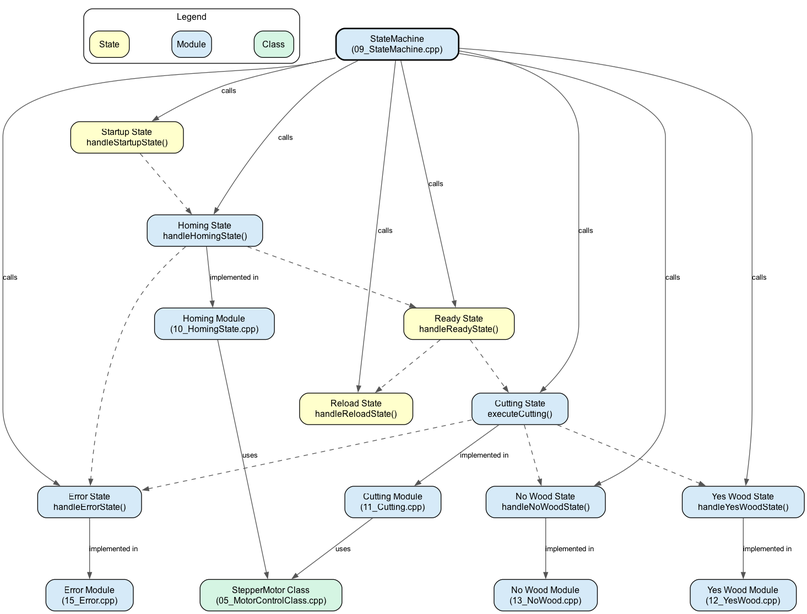
Earlier version of the Graphviz export flowcharts/ModularStateMachine.png (akivaweil/Stage-1-Mar25). Its source is kept beside it as flowcharts/ModularStateMachine.dot. Its diagram source:
```dot
digraph ModularStateMachine {
    graph [rankdir=TB, splines=true, nodesep=0.8, ranksep=1.0];
    node [shape=box, style="rounded,filled", fillcolor="#FFFFCC", fontname=Arial, fontsize=12, margin="0.3,0.1"];
    edge [fontname=Arial, fontsize=10, color="#555555", arrowsize=0.8];

    subgraph cluster_legend {
        label="Legend";
        style="rounded,filled";
        fillcolor=white;
        fontname=Arial;
        fontsize=12;

        legend_state [label="State", fillcolor="#FFFFCC", margin="0.1,0.05"];
        legend_module [label="Module", fillcolor="#D6EAF8", margin="0.1,0.05"];
        legend_class [label="Class", fillcolor="#D5F5E3", margin="0.1,0.05"];
    }

    StateMachine [label="StateMachine\n(09_StateMachine.cpp)", fillcolor="#D6EAF8", penwidth=2];

    StartupState [label="Startup State\nhandleStartupState()"];
    HomingState [label="Homing State\nhandleHomingState()", fillcolor="#D6EAF8"];
    ReadyState [label="Ready State\nhandleReadyState()"];
    ReloadState [label="Reload State\nhandleReloadState()"];
    CuttingState [label="Cutting State\nexecuteCutting()", fillcolor="#D6EAF8"];
    YesWoodState [label="Yes Wood State\nhandleYesWoodState()", fillcolor="#D6EAF8"];
    NoWoodState [label="No Wood State\nhandleNoWoodState()", fillcolor="#D6EAF8"];
    ErrorState [label="Error State\nhandleErrorState()", fillcolor="#D6EAF8"];

    MotorClass [label="StepperMotor Class\n(05_MotorControlClass.cpp)", fillcolor="#D5F5E3"];

    HomingModule [label="Homing Module\n(10_HomingState.cpp)", fillcolor="#D6EAF8"];
    CuttingModule [label="Cutting Module\n(11_Cutting.cpp)", fillcolor="#D6EAF8"];
    YesWoodModule [label="Yes Wood Module\n(12_YesWood.cpp)", fillcolor="#D6EAF8"];
    NoWoodModule [label="No Wood Module\n(13_NoWood.cpp)", fillcolor="#D6EAF8"];
    ErrorModule [label="Error Module\n(15_Error.cpp)", fillcolor="#D6EAF8"];

    StateMachine -> StartupState [label="calls"];
    StateMachine -> HomingState [label="calls"];
    StateMachine -> ReadyState [label="calls"];
    StateMachine -> ReloadState [label="calls"];
    StateMachine -> CuttingState [label="calls"];
    StateMachine -> YesWoodState [label="calls"];
    StateMachine -> NoWoodState [label="calls"];
    StateMachine -> ErrorState [label="calls"];

    HomingState -> HomingModule [label="implemented in"];
    CuttingState -> CuttingModule [label="implemented in"];
    YesWoodState -> YesWoodModule [label="implemented in"];
    NoWoodState -> NoWoodModule [label="implemented in"];
    ErrorState -> ErrorModule [label="implemented in"];

    HomingModule -> MotorClass [label="uses"];
    CuttingModule -> MotorClass [label="uses"];

    StartupState -> HomingState [style=dashed];
    HomingState -> ReadyState [style=dashed];
    ReadyState -> CuttingState [style=dashed];
    ReadyState -> ReloadState [style=dashed];
    CuttingState -> YesWoodState [style=dashed];
    CuttingState -> NoWoodState [style=dashed];
    HomingState -> ErrorState [style=dashed];
    CuttingState -> ErrorState [style=dashed];
}
```
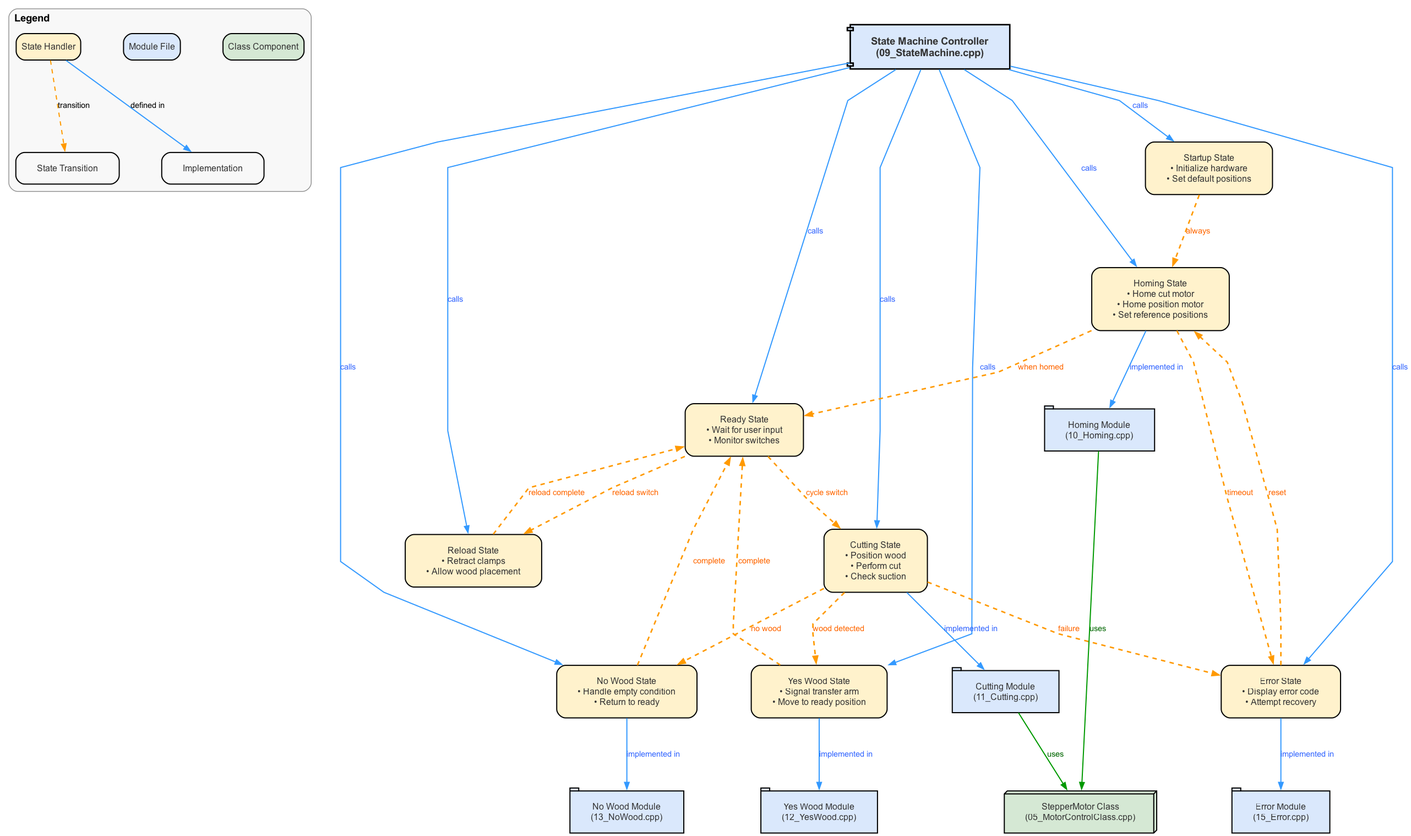
After the commit.

Commit message:
Improved state machine diagram with clearer visualization

Diff of the diagram source:
```diff
@@ -1,47 +1,52 @@
 digraph ModularStateMachine {
-    graph [rankdir=TB, splines=true, nodesep=0.8, ranksep=1.0];
-    node [shape=box, style="rounded,filled", fillcolor="#FFFFCC", fontname=Arial, fontsize=12, margin="0.3,0.1"];
-    edge [fontname=Arial, fontsize=10, color="#555555", arrowsize=0.8];
+    graph [rankdir=TB, splines=polyline, nodesep=0.8, ranksep=1.2, fontname="Arial", bgcolor="white"];
+    node [shape=box, style="rounded,filled", fontname="Arial", fontsize=12, fontcolor="#333333", margin="0.4,0.2", penwidth=1.5];
+    edge [fontname="Arial", fontsize=11, color="#555555", arrowsize=0.9, penwidth=1.5];
 
     subgraph cluster_legend {
         label="Legend";
+        labeljust="l";
         style="rounded,filled";
-        fillcolor=white;
-        fontname=Arial;
-        fontsize=12;
+        fillcolor="#F8F8F8";
+        fontname="Arial Bold";
+        fontsize=14;
+        color="#888888";
+        margin=10;
 
-        legend_state [label="State", fillcolor="#FFFFCC", margin="0.1,0.05"];
-        legend_module [label="Module", fillcolor="#D6EAF8", margin="0.1,0.05"];
-        legend_class [label="Class", fillcolor="#D5F5E3", margin="0.1,0.05"];
+        legend_state [label="State Handler", fillcolor="#FFF2CC", margin="0.1,0.05"];
+        legend_module [label="Module File", fillcolor="#DAE8FC", margin="0.1,0.05"];
+        legend_class [label="Class Component", fillcolor="#D5E8D4", margin="0.1,0.05"];
+        legend_transition [label="State Transition", fillcolor="white", style="rounded"];
+        legend_implementation [label="Implementation", fillcolor="white", style="rounded"];
+
+        legend_state -> legend_transition [style="dashed", color="#FF9900", label="transition"];
+        legend_state -> legend_implementation [color="#3399FF", label="defined in"];
     }
 
-    StateMachine [label="StateMachine\n(09_StateMachine.cpp)", fillcolor="#D6EAF8", penwidth=2];
+    StateMachine [label="State Machine Controller\n(09_StateMachine.cpp)", fillcolor="#DAE8FC", shape=component, fontsize=14, fontname="Arial Bold", penwidth=2];
 
-    StartupState [label="Startup State\nhandleStartupState()"];
-    HomingState [label="Homing State\nhandleHomingState()", fillcolor="#D6EAF8"];
-    ReadyState [label="Ready State\nhandleReadyState()"];
-    ReloadState [label="Reload State\nhandleReloadState()"];
-    CuttingState [label="Cutting State\nexecuteCutting()", fillcolor="#D6EAF8"];
-    YesWoodState [label="Yes Wood State\nhandleYesWoodState()", fillcolor="#D6EAF8"];
-    NoWoodState [label="No Wood State\nhandleNoWoodState()", fillcolor="#D6EAF8"];
-    ErrorState [label="Error State\nhandleErrorState()", fillcolor="#D6EAF8"];
+    node [fillcolor="#FFF2CC", penwidth=1.5, fontname="Arial"];
+    StartupState [label="Startup State\n• Initialize hardware\n• Set default positions"];
+    HomingState [label="Homing State\n• Home cut motor\n• Home position motor\n• Set reference positions"];
+    ReadyState [label="Ready State\n• Wait for user input\n• Monitor switches"];
+    ReloadState [label="Reload State\n• Retract clamps\n• Allow wood placement"];
+    CuttingState [label="Cutting State\n• Position wood\n• Perform cut\n• Check suction"];
+    YesWoodState [label="Yes Wood State\n• Signal transfer arm\n• Move to ready position"];
+    NoWoodState [label="No Wood State\n• Handle empty condition\n• Return to ready"];
+    ErrorState [label="Error State\n• Display error code\n• Attempt recovery"];
 
-    MotorClass [label="StepperMotor Class\n(05_MotorControlClass.cpp)", fillcolor="#D5F5E3"];
+    node [fillcolor="#DAE8FC", style="rounded,filled", shape=tab, fontname="Arial"];
+    HomingModule [label="Homing Module\n(10_Homing.cpp)"];
+    CuttingModule [label="Cutting Module\n(11_Cutting.cpp)"];
+    YesWoodModule [label="Yes Wood Module\n(12_YesWood.cpp)"];
+    NoWoodModule [label="No Wood Module\n(13_NoWood.cpp)"];
+    ErrorModule [label="Error Module\n(15_Error.cpp)"];
 
-    HomingModule [label="Homing Module\n(10_HomingState.cpp)", fillcolor="#D6EAF8"];
-    CuttingModule [label="Cutting Module\n(11_Cutting.cpp)", fillcolor="#D6EAF8"];
-    YesWoodModule [label="Yes Wood Module\n(12_YesWood.cpp)", fillcolor="#D6EAF8"];
-    NoWoodModule [label="No Wood Module\n(13_NoWood.cpp)", fillcolor="#D6EAF8"];
-    ErrorModule [label="Error Module\n(15_Error.cpp)", fillcolor="#D6EAF8"];
+    node [fillcolor="#D5E8D4", shape=box3d, fontname="Arial"];
+    MotorClass [label="StepperMotor Class\n(05_MotorControlClass.cpp)"];
 
-    StateMachine -> StartupState [label="calls"];
-    StateMachine -> HomingState [label="calls"];
-    StateMachine -> ReadyState [label="calls"];
-    StateMachine -> ReloadState [label="calls"];
-    StateMachine -> CuttingState [label="calls"];
-    StateMachine -> YesWoodState [label="calls"];
-    StateMachine -> NoWoodState [label="calls"];
-    StateMachine -> ErrorState [label="calls"];
+    edge [color="#3399FF", fontcolor="#3366FF"];
+    StateMachine -> {StartupState HomingState ReadyState ReloadState CuttingState YesWoodState NoWoodState ErrorState} [label="calls"];
 
     HomingState -> HomingModule [label="implemented in"];
     CuttingState -> CuttingModule [label="implemented in"];
@@ -49,15 +54,19 @@
     NoWoodState -> NoWoodModule [label="implemented in"];
     ErrorState -> ErrorModule [label="implemented in"];
 
-    HomingModule -> MotorClass [label="uses"];
-    CuttingModule -> MotorClass [label="uses"];
+    edge [color="#009900", fontcolor="#006600"];
+    {HomingModule CuttingModule} -> MotorClass [label="uses"];
 
-    StartupState -> HomingState [style=dashed];
-    HomingState -> ReadyState [style=dashed];
-    ReadyState -> CuttingState [style=dashed];
-    ReadyState -> ReloadState [style=dashed];
-    CuttingState -> YesWoodState [style=dashed];
-    CuttingState -> NoWoodState [style=dashed];
-    HomingState -> ErrorState [style=dashed];
-    CuttingState -> ErrorState [style=dashed];
+    edge [color="#FF9900", fontcolor="#FF6600", style=dashed, penwidth=2];
+    StartupState -> HomingState [label="always"];
+    HomingState -> ReadyState [label="when homed"];
+    HomingState -> ErrorState [label="timeout"];
+    ReadyState -> CuttingState [label="cycle switch"];
+    ReadyState -> ReloadState [label="reload switch"];
+    CuttingState -> YesWoodState [label="wood detected"];
+    CuttingState -> NoWoodState [label="no wood"];
+    CuttingState -> ErrorState [label="failure"];
+    {YesWoodState NoWoodState} -> ReadyState [label="complete"];
+    ErrorState -> HomingState [label="reset"];
+    ReloadState -> ReadyState [label="reload complete"];
 }
```
